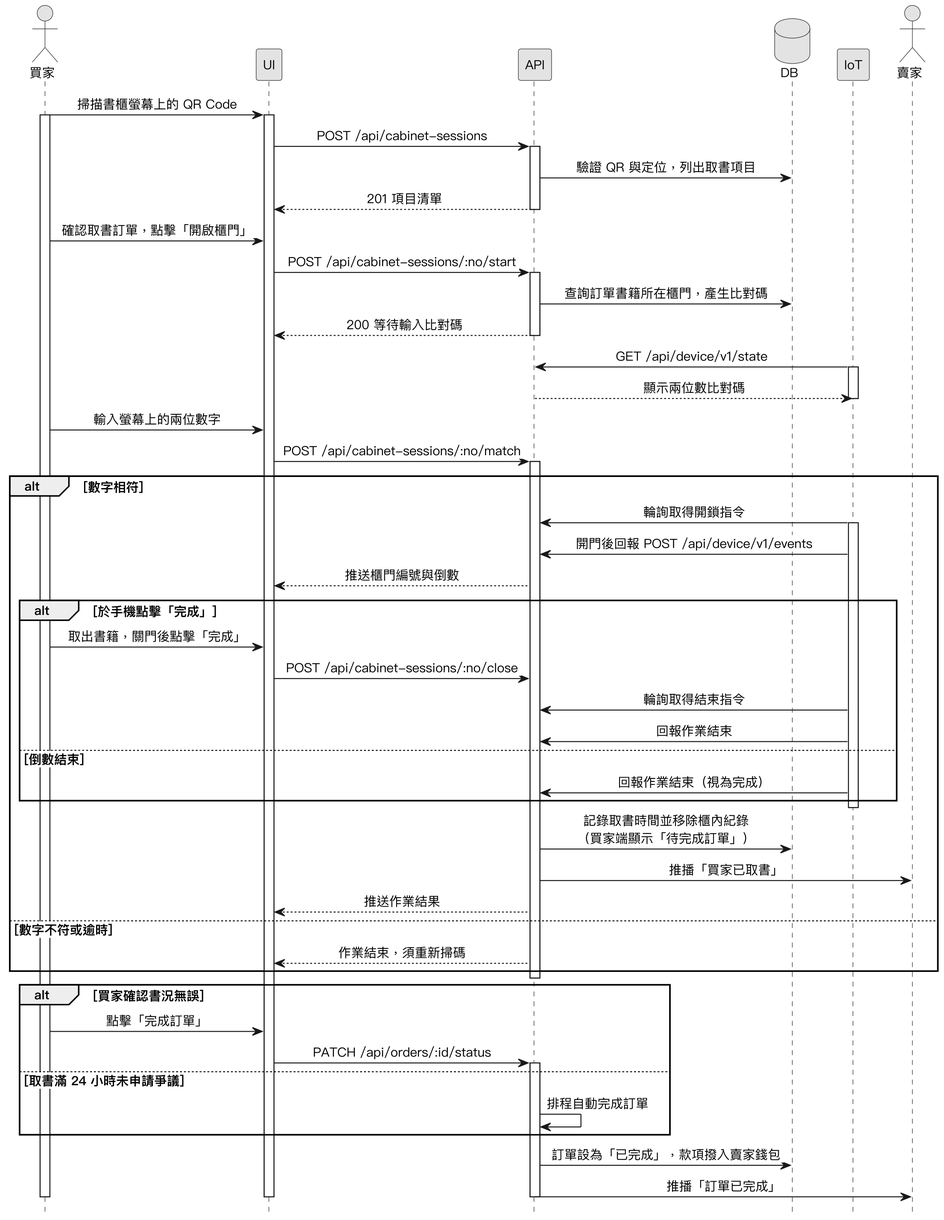
This is Diagrams/Sequence Diagrams/v3/seq_pickup.png from SaveMyBook/SaveMyBook, a PlantUML export, as it was before one commit.
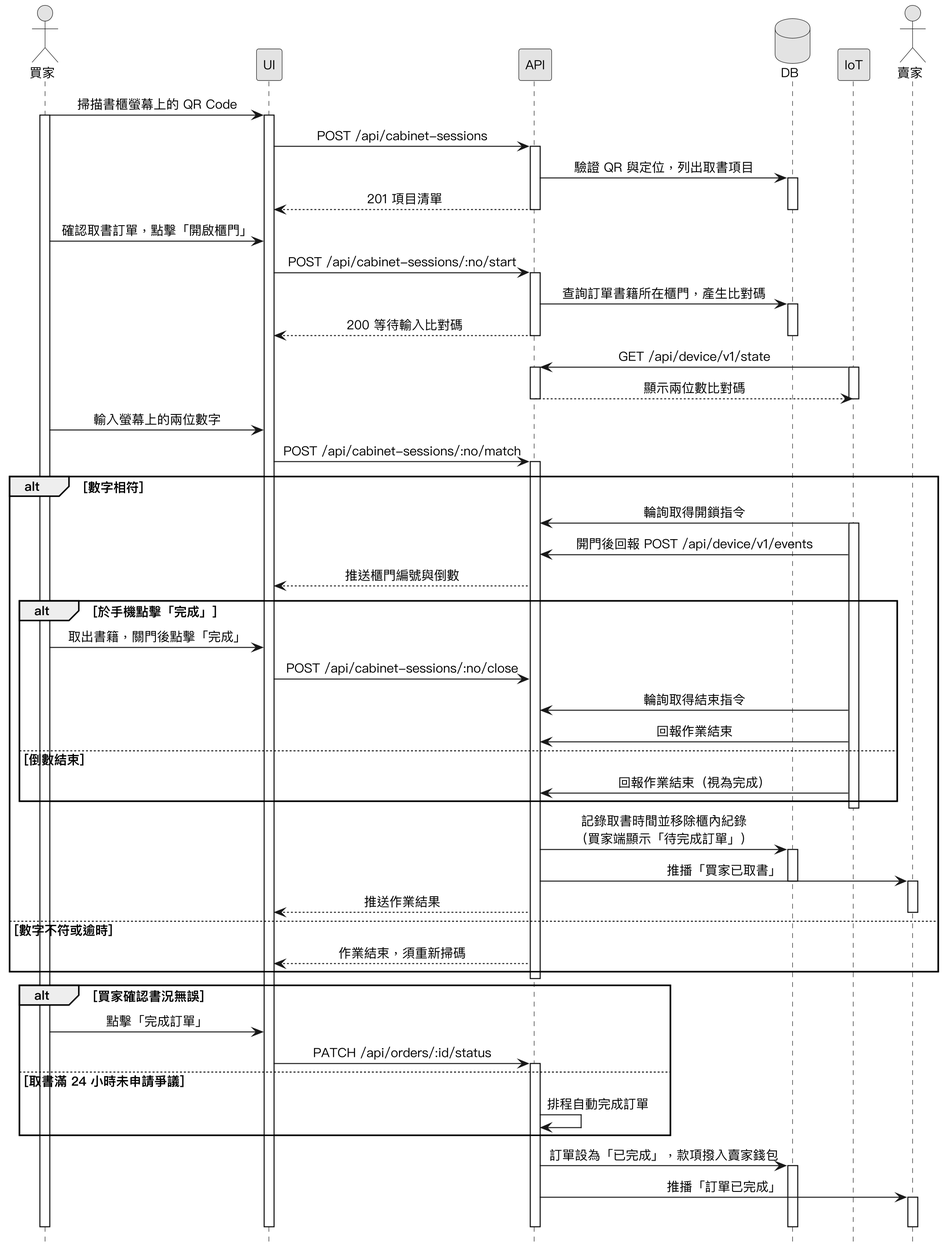
After the change.

Diff of the diagram source:
```diff
@@ -21,17 +21,23 @@
 UI -> API : POST /api/cabinet-sessions
 activate API
 API -> DB : 驗證 QR 與定位，列出取書項目
+activate DB
 API --> UI : 201 項目清單
+deactivate DB
 deactivate API
 買家 -> UI : 確認取書訂單，點擊「開啟櫃門」
 UI -> API : POST /api/cabinet-sessions/:no/start
 activate API
 API -> DB : 查詢訂單書籍所在櫃門，產生比對碼
+activate DB
 API --> UI : 200 等待輸入比對碼
+deactivate DB
 deactivate API
 IoT -> API : GET /api/device/v1/state
+activate API
 activate IoT
 API --> IoT : 顯示兩位數比對碼
+deactivate API
 deactivate IoT
 買家 -> UI : 輸入螢幕上的兩位數字
 UI -> API : POST /api/cabinet-sessions/:no/match
@@ -51,8 +57,12 @@
   end
   deactivate IoT
   API -> DB : 記錄取書時間並移除櫃內紀錄\n（買家端顯示「待完成訂單」）
+  activate DB
   API -> 賣家 : 推播「買家已取書」
+  deactivate DB
+  activate 賣家
   API --> UI : 推送作業結果
+  deactivate 賣家
 else 數字不符或逾時
   API --> UI : 作業結束，須重新掃碼
 end
@@ -65,7 +75,10 @@
   API -> API : 排程自動完成訂單
 end
 API -> DB : 訂單設為「已完成」，款項撥入賣家錢包
-API -> 賣家 : 推播「訂單已完成」
+activate DB
+API -> 賣家 ++ : 推播「訂單已完成」
+deactivate DB
+deactivate 賣家
 deactivate API
 deactivate UI
 deactivate 買家
```
